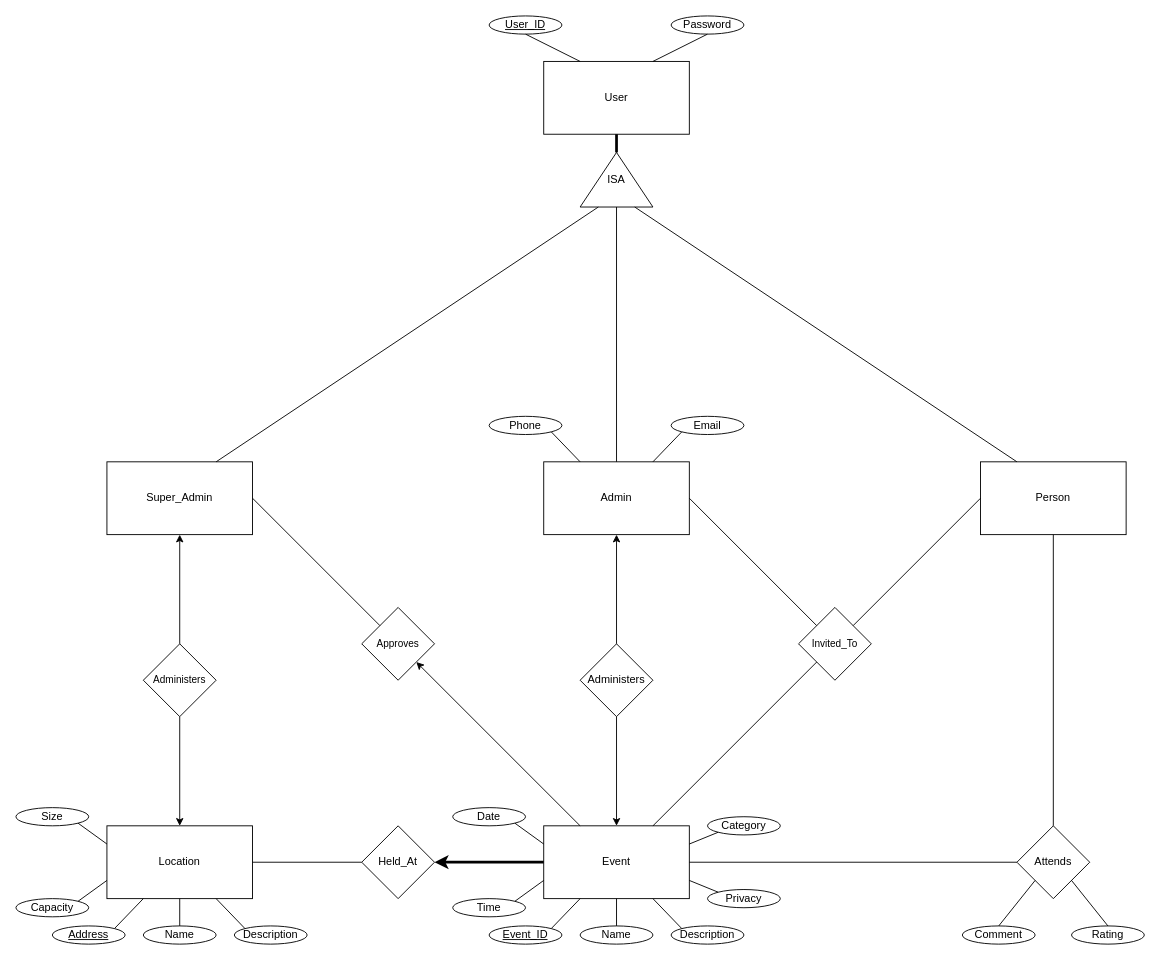
This is database_structure/GroupProject_ERD.drawio from COP4710-2020-Group4/GroupProject, a draw.io file, before an edit. Source tidied: cells renumbered, new cells numbered last; positions are measured from the earlier drawing's top-left corner, leaving out a move shared by most shapes. Both pictures are drawn from the tidied source at 91%, with x=0, y=0 at pixel (15, 15).
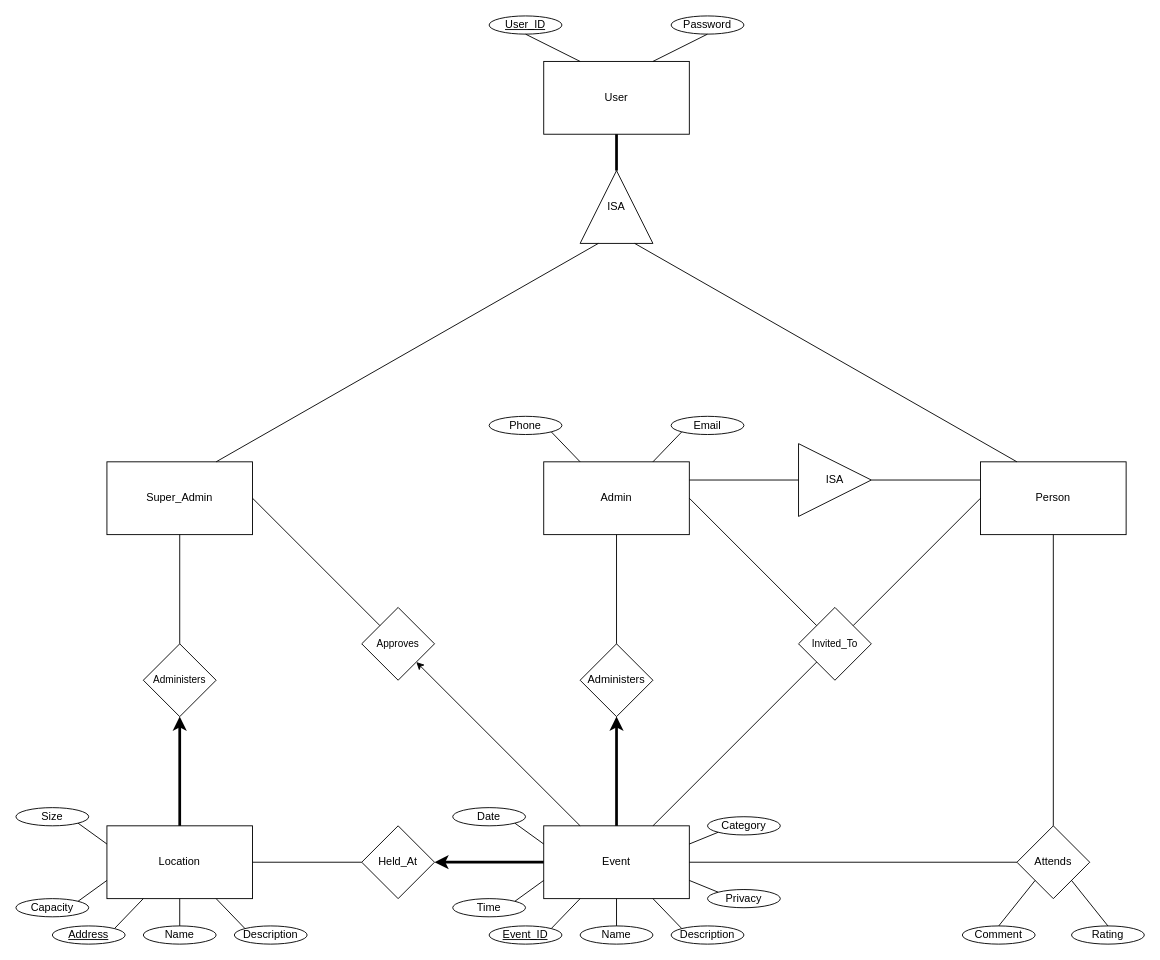
The same diagram, later.

Unchanged cells that the change refers to:
```xml
<mxCell id="2" value="Event" style="rounded=0;whiteSpace=wrap;html=1;" parent="1" vertex="1">
  <mxGeometry x="580" y="890" width="160" height="80" as="geometry" />
</mxCell>
<mxCell id="3" value="Location" style="rounded=0;whiteSpace=wrap;html=1;" parent="1" vertex="1">
  <mxGeometry x="100" y="890" width="160" height="80" as="geometry" />
</mxCell>
<mxCell id="4" value="Admin" style="rounded=0;whiteSpace=wrap;html=1;" parent="1" vertex="1">
  <mxGeometry x="580" y="490" width="160" height="80" as="geometry" />
</mxCell>
<mxCell id="5" value="Super_Admin" style="rounded=0;whiteSpace=wrap;html=1;" parent="1" vertex="1">
  <mxGeometry x="100" y="490" width="160" height="80" as="geometry" />
</mxCell>
<mxCell id="8" value="Administers" style="rhombus;whiteSpace=wrap;html=1;" parent="1" vertex="1">
  <mxGeometry x="620" y="690" width="80" height="80" as="geometry" />
</mxCell>
<mxCell id="26" value="Administers" style="rhombus;whiteSpace=wrap;html=1;fontSize=11;" parent="1" vertex="1">
  <mxGeometry x="140" y="690" width="80" height="80" as="geometry" />
</mxCell>
```

Diff of the diagram source:
```diff
@@
     <mxCell id="11" value="ISA" style="triangle;whiteSpace=wrap;html=1;direction=north;" parent="1" vertex="1">
-      <mxGeometry x="620" y="150" width="80" height="60" as="geometry" />
+      <mxGeometry x="620" y="170" width="80" height="80" as="geometry" />
     </mxCell>
@@
-    <mxCell id="13" style="endArrow=none;html=1;strokeWidth=1;entryX=0;entryY=0.5;entryDx=0;entryDy=0;exitX=0.5;exitY=0;exitDx=0;exitDy=0;" parent="1" edge="1" source="4" target="11">
-      <mxGeometry relative="1" as="geometry" />
-    </mxCell>
@@
-    <mxCell id="16" style="endArrow=none;html=1;strokeWidth=1;entryX=0.5;entryY=0;entryDx=0;entryDy=0;exitX=0.5;exitY=1;exitDx=0;exitDy=0;startArrow=classic;startFill=1;" parent="1" edge="1" source="4" target="8">
+    <mxCell id="16" style="endArrow=none;html=1;strokeWidth=1;entryX=0.5;entryY=0;entryDx=0;entryDy=0;exitX=0.5;exitY=1;exitDx=0;exitDy=0;startArrow=none;startFill=0;" parent="1" edge="1" source="4" target="8">
       <mxGeometry relative="1" as="geometry" />
     </mxCell>
-    <mxCell id="17" style="endArrow=none;html=1;strokeWidth=1;entryX=0.5;entryY=1;entryDx=0;entryDy=0;exitX=0.5;exitY=0;exitDx=0;exitDy=0;endFill=0;startArrow=classic;startFill=1;" parent="1" edge="1" source="2" target="8">
+    <mxCell id="17" style="endArrow=classic;html=1;strokeWidth=3;entryX=0.5;entryY=1;entryDx=0;entryDy=0;exitX=0.5;exitY=0;exitDx=0;exitDy=0;endFill=1;startArrow=none;startFill=0;" parent="1" edge="1" source="2" target="8">
       <mxGeometry relative="1" as="geometry" />
     </mxCell>
@@
-    <mxCell id="27" style="endArrow=classic;html=1;strokeWidth=1;fontSize=11;entryX=0.5;entryY=1;entryDx=0;entryDy=0;exitX=0.5;exitY=0;exitDx=0;exitDy=0;" parent="1" edge="1" source="26" target="5">
+    <mxCell id="27" style="endArrow=none;html=1;strokeWidth=1;fontSize=11;entryX=0.5;entryY=1;entryDx=0;entryDy=0;exitX=0.5;exitY=0;exitDx=0;exitDy=0;endFill=0;" parent="1" edge="1" source="26" target="5">
       <mxGeometry relative="1" as="geometry" />
     </mxCell>
-    <mxCell id="28" style="endArrow=classic;html=1;strokeWidth=1;fontSize=11;entryX=0.5;entryY=0;entryDx=0;entryDy=0;exitX=0.5;exitY=1;exitDx=0;exitDy=0;" parent="1" edge="1" source="26" target="3">
+    <mxCell id="28" style="endArrow=none;html=1;strokeWidth=3;fontSize=11;entryX=0.5;entryY=0;entryDx=0;entryDy=0;exitX=0.5;exitY=1;exitDx=0;exitDy=0;startArrow=classic;startFill=1;endFill=0;" parent="1" edge="1" source="26" target="3">
       <mxGeometry relative="1" as="geometry" />
     </mxCell>
@@
+    <mxCell id="68" value="ISA" style="triangle;whiteSpace=wrap;html=1;" parent="1" vertex="1">
+      <mxGeometry x="860" y="470" width="80" height="80" as="geometry" />
+    </mxCell>
+    <mxCell id="69" style="endArrow=none;html=1;strokeWidth=1;entryX=0;entryY=0.5;entryDx=0;entryDy=0;exitX=1;exitY=0.5;exitDx=0;exitDy=0;" parent="1" edge="1" source="68">
+      <mxGeometry relative="1" as="geometry">
+        <mxPoint x="1060" y="510" as="targetPoint" />
+      </mxGeometry>
+    </mxCell>
+    <mxCell id="70" style="endArrow=none;html=1;strokeWidth=1;entryX=0;entryY=0.5;entryDx=0;entryDy=0;exitX=1;exitY=0.5;exitDx=0;exitDy=0;" parent="1" edge="1" target="68">
+      <mxGeometry relative="1" as="geometry">
+        <mxPoint x="740" y="510" as="sourcePoint" />
+      </mxGeometry>
+    </mxCell>
```
